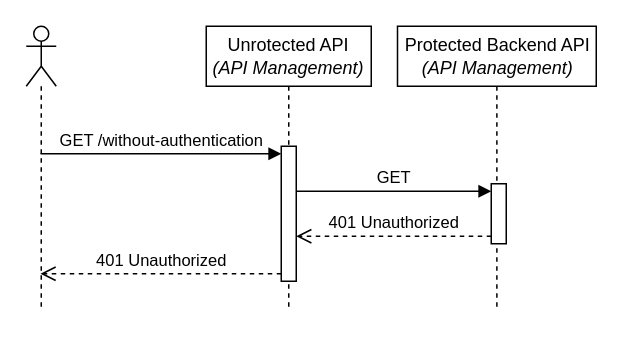
ronaldbosma/call-apim-backend-with-oauth keeps this draw.io diagram as page "without-authentication" (2 of 8) of images/diagrams.drawio. Above is the earlier version. Source tidied: cells renumbered, new cells numbered last; positions are measured from the earlier drawing's top-left corner, leaving out a move shared by most shapes. Both pictures are drawn from the tidied source at 150%, with x=0, y=0 at pixel (26, 26).
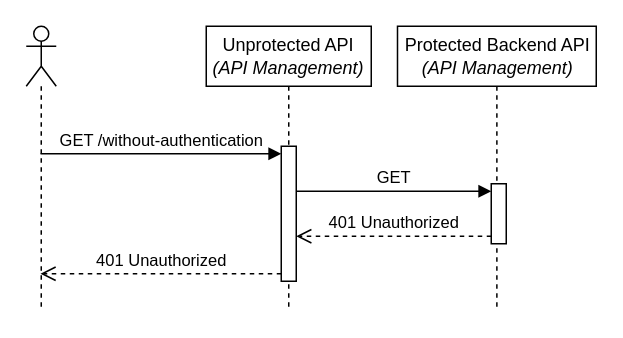
Above is the later version.

The edit, as a diff of the source:
```diff
@@
 <mxGraphModel>
   <root>
     <mxCell id="0" />
     <mxCell id="1" parent="0" />
     <mxCell id="2" style="shape=umlLifeline;perimeter=lifelinePerimeter;whiteSpace=wrap;html=1;outlineConnect=0;portConstraint=eastwest;newEdgeStyle={&quot;curved&quot;:0,&quot;rounded&quot;:0};participant=umlActor;" parent="1" vertex="1">
       <mxGeometry width="20" height="190" as="geometry" />
     </mxCell>
     <mxCell id="3" value="Protected Backend API&lt;div&gt;&lt;i&gt;(API Management)&lt;/i&gt;&lt;/div&gt;" style="shape=umlLifeline;perimeter=lifelinePerimeter;whiteSpace=wrap;html=1;newEdgeStyle={&quot;curved&quot;:0,&quot;rounded&quot;:0};" parent="1" vertex="1">
       <mxGeometry x="247.5" width="132.5" height="190" as="geometry" />
     </mxCell>
     <mxCell id="4" style="html=1;points=[[0,0,0,0,5],[0,1,0,0,-5],[1,0,0,0,5],[1,1,0,0,-5]];perimeter=orthogonalPerimeter;outlineConnect=0;targetShapes=umlLifeline;portConstraint=eastwest;newEdgeStyle={&quot;curved&quot;:0,&quot;rounded&quot;:0};" parent="3" vertex="1">
       <mxGeometry x="62.5" y="105" width="10" height="40" as="geometry" />
     </mxCell>
-    <mxCell id="5" value="Unrotected API&lt;div&gt;&lt;i&gt;(API Management)&lt;/i&gt;&lt;/div&gt;" style="shape=umlLifeline;perimeter=lifelinePerimeter;whiteSpace=wrap;html=1;newEdgeStyle={&quot;curved&quot;:0,&quot;rounded&quot;:0};" parent="1" vertex="1">
+    <mxCell id="5" value="Unprotected API&lt;div&gt;&lt;i&gt;(API Management)&lt;/i&gt;&lt;/div&gt;" style="shape=umlLifeline;perimeter=lifelinePerimeter;whiteSpace=wrap;html=1;newEdgeStyle={&quot;curved&quot;:0,&quot;rounded&quot;:0};" parent="1" vertex="1">
       <mxGeometry x="120" width="110" height="190" as="geometry" />
     </mxCell>
     <mxCell id="6" style="html=1;points=[[0,0,0,0,5],[0,1,0,0,-5],[1,0,0,0,5],[1,1,0,0,-5]];perimeter=orthogonalPerimeter;outlineConnect=0;targetShapes=umlLifeline;portConstraint=eastwest;newEdgeStyle={&quot;curved&quot;:0,&quot;rounded&quot;:0};" parent="5" vertex="1">
       <mxGeometry x="50" y="80" width="10" height="90" as="geometry" />
     </mxCell>
     <mxCell id="7" value="GET /without-authentication" style="html=1;verticalAlign=bottom;endArrow=block;curved=0;rounded=0;entryX=0;entryY=0;entryDx=0;entryDy=5;" parent="1" edge="1" source="2" target="6">
       <mxGeometry relative="1" as="geometry" />
     </mxCell>
     <mxCell id="8" value="401 Unauthorized" style="html=1;verticalAlign=bottom;endArrow=open;dashed=1;endSize=8;curved=0;rounded=0;exitX=0;exitY=1;exitDx=0;exitDy=-5;" parent="1" edge="1" source="6" target="2">
       <mxGeometry relative="1" as="geometry" />
     </mxCell>
     <mxCell id="9" value="401 Unauthorized" style="html=1;verticalAlign=bottom;endArrow=open;dashed=1;endSize=8;curved=0;rounded=0;exitX=0;exitY=1;exitDx=0;exitDy=-5;" parent="1" edge="1" source="4" target="6">
       <mxGeometry relative="1" as="geometry" />
     </mxCell>
     <mxCell id="10" value="GET" style="html=1;verticalAlign=bottom;endArrow=block;curved=0;rounded=0;entryX=0;entryY=0;entryDx=0;entryDy=5;" parent="1" edge="1" source="6" target="4">
       <mxGeometry relative="1" as="geometry" />
     </mxCell>
   </root>
 </mxGraphModel>
```
